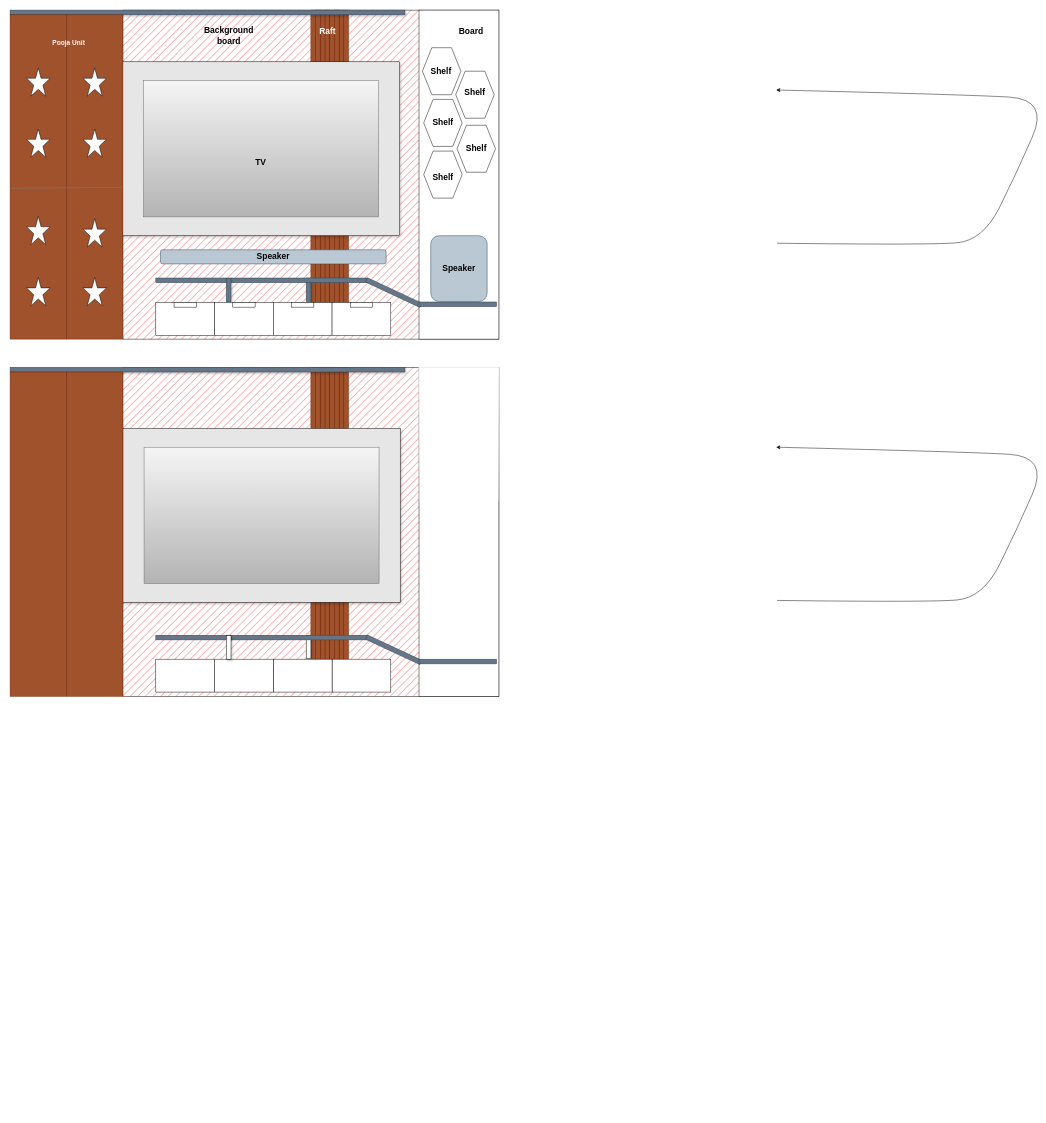
Earlier version of the draw.io diagram darwio tv unit.drawio (suresh-legato/Design). Source tidied: cells renumbered, new cells numbered last; positions are measured from the earlier drawing's top-left corner, leaving out a move shared by most shapes. Both pictures are drawn from the tidied source at 47%, with x=0, y=0 at pixel (10, 10).
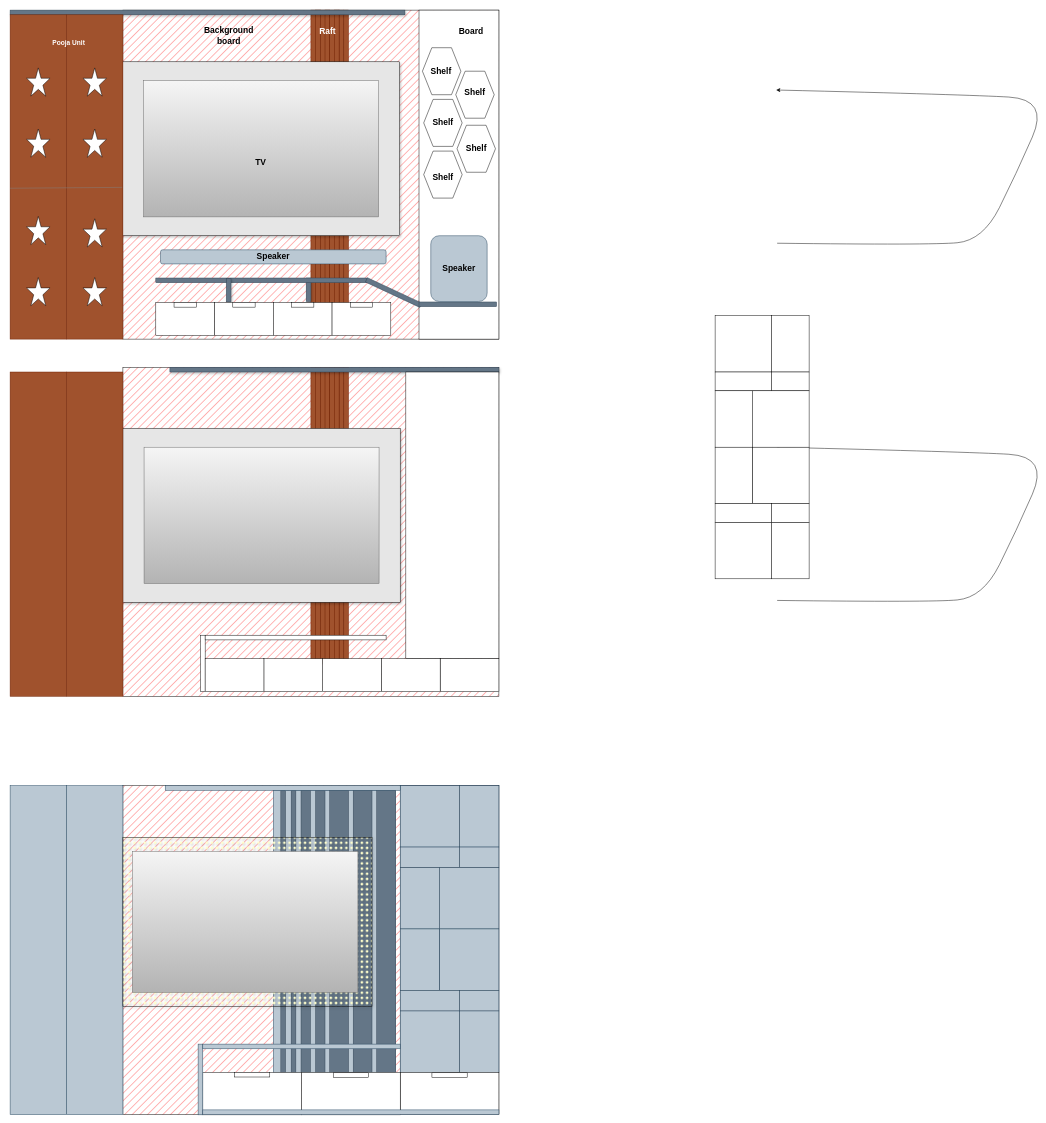
Above is the later version.

Diff of the diagram source:
```diff
@@
+    <mxCell id="92" style="rounded=0;whiteSpace=wrap;html=1;fillStyle=hatch;fillColor=#FF3333;" parent="1" vertex="1">
+      <mxGeometry x="240" y="1650" width="800" height="700" as="geometry" />
+    </mxCell>
+    <mxCell id="93" style="group;fillColor=#bac8d3;strokeColor=#23445d;" parent="1" vertex="1">
+      <mxGeometry x="560" y="1660" width="260" height="601" as="geometry" />
+    </mxCell>
+    <mxCell id="94" style="group;" parent="93" vertex="1">
+      <mxGeometry width="250" height="601" as="geometry" />
+    </mxCell>
+    <mxCell id="95" style="rounded=0;whiteSpace=wrap;html=1;fillColor=#647687;fontColor=#ffffff;strokeColor=#314354;" parent="94" vertex="1">
+      <mxGeometry x="16" y="1" width="10" height="600" as="geometry" />
+    </mxCell>
+    <mxCell id="96" style="rounded=0;whiteSpace=wrap;html=1;fillColor=#647687;strokeColor=#314354;fontColor=#ffffff;" parent="94" vertex="1">
+      <mxGeometry x="170" width="40" height="600" as="geometry" />
+    </mxCell>
+    <mxCell id="97" style="rounded=0;whiteSpace=wrap;html=1;fillColor=#647687;fontColor=#ffffff;strokeColor=#314354;" parent="94" vertex="1">
+      <mxGeometry x="90" y="1" width="20" height="600" as="geometry" />
+    </mxCell>
+    <mxCell id="98" style="rounded=0;whiteSpace=wrap;html=1;fillColor=#647687;fontColor=#ffffff;strokeColor=#314354;" parent="94" vertex="1">
+      <mxGeometry x="120" width="40" height="600" as="geometry" />
+    </mxCell>
+    <mxCell id="99" style="rounded=0;whiteSpace=wrap;html=1;fillColor=#647687;fontColor=#ffffff;strokeColor=#314354;" parent="94" vertex="1">
+      <mxGeometry x="38" y="1" width="10" height="600" as="geometry" />
+    </mxCell>
+    <mxCell id="100" style="rounded=0;whiteSpace=wrap;html=1;fillColor=#647687;fontColor=#ffffff;strokeColor=#314354;" parent="94" vertex="1">
+      <mxGeometry x="59" width="20" height="600" as="geometry" />
+    </mxCell>
+    <mxCell id="101" style="rounded=0;whiteSpace=wrap;html=1;fillColor=#647687;strokeColor=#314354;fontColor=#ffffff;" parent="93" vertex="1">
+      <mxGeometry x="220" width="40" height="600" as="geometry" />
+    </mxCell>
+    <mxCell id="31" style="rounded=0;whiteSpace=wrap;html=1;fillStyle=hatch;fillColor=#FF3333;" parent="1" vertex="1">
+      <mxGeometry x="240" y="760" width="800" height="700" as="geometry" />
+    </mxCell>
@@
-    <mxCell id="31" style="rounded=0;whiteSpace=wrap;html=1;fillStyle=hatch;fillColor=#FF3333;" parent="1" vertex="1">
-      <mxGeometry x="240" y="760" width="800" height="700" as="geometry" />
-    </mxCell>
@@
     <mxCell id="33" style="group;" parent="1" vertex="1">
-      <mxGeometry x="640" y="760" width="230" height="630" as="geometry" />
+      <mxGeometry x="640" y="760" width="580" height="1340" as="geometry" />
     </mxCell>
@@
     <mxCell id="43" style="rounded=0;whiteSpace=wrap;html=1;shadow=1;glass=0;strokeColor=#314354;fontFamily=Helvetica;fontSize=12;fontColor=#ffffff;fillColor=#647687;" parent="33" vertex="1">
-      <mxGeometry x="-640" width="840" height="10" as="geometry" />
+      <mxGeometry x="-300" width="700" height="10" as="geometry" />
     </mxCell>
-    <mxCell id="44" style="rounded=0;whiteSpace=wrap;html=1;shadow=1;glass=0;strokeColor=default;fontFamily=Helvetica;fontSize=12;fontColor=default;fillColor=default;" parent="33" vertex="1">
-      <mxGeometry x="-10" y="570" width="10" height="50" as="geometry" />
-    </mxCell>
-    <mxCell id="45" style="rounded=0;whiteSpace=wrap;html=1;glass=1;" parent="1" vertex="1">
-      <mxGeometry x="870" y="760" width="170" height="700" as="geometry" />
-    </mxCell>
-    <mxCell id="46" style="rounded=0;whiteSpace=wrap;html=1;fillColor=#647687;fontColor=#ffffff;strokeColor=#314354;" parent="1" vertex="1">
-      <mxGeometry x="310" y="1330" width="450" height="10" as="geometry" />
-    </mxCell>
-    <mxCell id="47" style="rounded=0;whiteSpace=wrap;html=1;rotation=25;fillColor=#647687;fontColor=#ffffff;strokeColor=#314354;" parent="1" vertex="1">
-      <mxGeometry x="752.1" y="1356" width="127.9" height="10" as="geometry" />
-    </mxCell>
-    <mxCell id="48" style="rounded=0;whiteSpace=wrap;html=1;fillColor=#647687;fontColor=#ffffff;strokeColor=#314354;" parent="1" vertex="1">
-      <mxGeometry x="870" y="1381" width="165" height="10" as="geometry" />
-    </mxCell>
+    <mxCell id="102" style="rounded=0;whiteSpace=wrap;html=1;" parent="33" vertex="1">
+      <mxGeometry x="202" y="10" width="198" height="610" as="geometry" />
+    </mxCell>
-    <mxCell id="49" style="group;" parent="1" vertex="1">
-      <mxGeometry x="310" y="1381" width="500" height="70" as="geometry" />
+    <mxCell id="49" style="group;" parent="33" vertex="1">
+      <mxGeometry x="-100" y="620" width="680" height="720" as="geometry" />
     </mxCell>
@@
-    <mxCell id="57" style="rounded=0;whiteSpace=wrap;html=1;shadow=1;glass=0;strokeColor=default;fontFamily=Helvetica;fontSize=12;fontColor=default;fillColor=default;" parent="1" vertex="1">
-      <mxGeometry x="460" y="1331" width="10" height="50" as="geometry" />
-    </mxCell>
@@
+    <mxCell id="103" style="rounded=0;whiteSpace=wrap;html=1;" parent="1" vertex="1">
+      <mxGeometry x="405" y="1330" width="10" height="120" as="geometry" />
+    </mxCell>
+    <mxCell id="104" style="rounded=0;whiteSpace=wrap;html=1;" parent="1" vertex="1">
+      <mxGeometry x="415" y="1330" width="385" height="10" as="geometry" />
+    </mxCell>
+    <mxCell id="105" style="rounded=0;whiteSpace=wrap;html=1;" parent="1" vertex="1">
+      <mxGeometry x="415" y="1380" width="125" height="70" as="geometry" />
+    </mxCell>
+    <mxCell id="106" style="group;" parent="1" vertex="1">
+      <mxGeometry x="1500" y="650" width="200" height="560" as="geometry" />
+    </mxCell>
+    <mxCell id="107" style="rounded=0;whiteSpace=wrap;html=1;" parent="106" vertex="1">
+      <mxGeometry width="120" height="120" as="geometry" />
+    </mxCell>
+    <mxCell id="108" style="rounded=0;whiteSpace=wrap;html=1;" parent="106" vertex="1">
+      <mxGeometry x="120" width="80" height="120" as="geometry" />
+    </mxCell>
+    <mxCell id="109" style="rounded=0;whiteSpace=wrap;html=1;" parent="106" vertex="1">
+      <mxGeometry y="120" width="120" height="40" as="geometry" />
+    </mxCell>
+    <mxCell id="110" style="rounded=0;whiteSpace=wrap;html=1;" parent="106" vertex="1">
+      <mxGeometry x="120" y="120" width="80" height="40" as="geometry" />
+    </mxCell>
+    <mxCell id="111" style="rounded=0;whiteSpace=wrap;html=1;" parent="106" vertex="1">
+      <mxGeometry x="80" y="160" width="120" height="120" as="geometry" />
+    </mxCell>
+    <mxCell id="112" style="rounded=0;whiteSpace=wrap;html=1;" parent="106" vertex="1">
+      <mxGeometry y="160" width="80" height="120" as="geometry" />
+    </mxCell>
+    <mxCell id="113" style="rounded=0;whiteSpace=wrap;html=1;" parent="106" vertex="1">
+      <mxGeometry y="280" width="80" height="120" as="geometry" />
+    </mxCell>
+    <mxCell id="114" style="rounded=0;whiteSpace=wrap;html=1;" parent="106" vertex="1">
+      <mxGeometry x="80" y="280" width="120" height="120" as="geometry" />
+    </mxCell>
+    <mxCell id="115" style="group;direction=west;rotation=-180;flipH=1;" parent="106" vertex="1">
+      <mxGeometry y="400" width="200" height="160" as="geometry" />
+    </mxCell>
+    <mxCell id="116" style="rounded=0;whiteSpace=wrap;html=1;rotation=-180;" parent="115" vertex="1">
+      <mxGeometry y="40" width="120" height="120" as="geometry" />
+    </mxCell>
+    <mxCell id="117" style="rounded=0;whiteSpace=wrap;html=1;rotation=-180;" parent="115" vertex="1">
+      <mxGeometry x="120" y="40" width="80" height="120" as="geometry" />
+    </mxCell>
+    <mxCell id="118" style="rounded=0;whiteSpace=wrap;html=1;rotation=-180;" parent="115" vertex="1">
+      <mxGeometry width="120" height="40" as="geometry" />
+    </mxCell>
+    <mxCell id="119" style="rounded=0;whiteSpace=wrap;html=1;rotation=-180;" parent="115" vertex="1">
+      <mxGeometry x="120" width="80" height="40" as="geometry" />
+    </mxCell>
+    <mxCell id="120" style="rounded=0;whiteSpace=wrap;html=1;fillColor=#bac8d3;strokeColor=#23445d;" parent="1" vertex="1">
+      <mxGeometry x="120" y="1650" width="120" height="700" as="geometry" />
+    </mxCell>
+    <mxCell id="121" style="rounded=0;whiteSpace=wrap;html=1;fillColor=#bac8d3;strokeColor=#23445d;" parent="1" vertex="1">
+      <mxGeometry y="1650" width="120" height="700" as="geometry" />
+    </mxCell>
+    <mxCell id="122" style="group;fillColor=#330000;strokeColor=#23445d;" parent="1" vertex="1">
+      <mxGeometry x="830" y="1650" width="210" height="610" as="geometry" />
+    </mxCell>
+    <mxCell id="123" style="rounded=0;whiteSpace=wrap;html=1;fillColor=#bac8d3;strokeColor=#23445d;" parent="122" vertex="1">
+      <mxGeometry width="126" height="130.7" as="geometry" />
+    </mxCell>
+    <mxCell id="124" style="rounded=0;whiteSpace=wrap;html=1;fillColor=#bac8d3;strokeColor=#23445d;" parent="122" vertex="1">
+      <mxGeometry x="126" width="84" height="130.7" as="geometry" />
+    </mxCell>
+    <mxCell id="125" style="rounded=0;whiteSpace=wrap;html=1;fillColor=#bac8d3;strokeColor=#23445d;" parent="122" vertex="1">
+      <mxGeometry y="130.7" width="126" height="43.6" as="geometry" />
+    </mxCell>
+    <mxCell id="126" style="rounded=0;whiteSpace=wrap;html=1;fillColor=#bac8d3;strokeColor=#23445d;" parent="122" vertex="1">
+      <mxGeometry x="126" y="130.7" width="84" height="43.6" as="geometry" />
+    </mxCell>
+    <mxCell id="127" style="rounded=0;whiteSpace=wrap;html=1;fillColor=#bac8d3;strokeColor=#23445d;" parent="122" vertex="1">
+      <mxGeometry x="84" y="174.3" width="126" height="130.7" as="geometry" />
+    </mxCell>
+    <mxCell id="128" style="rounded=0;whiteSpace=wrap;html=1;fillColor=#bac8d3;strokeColor=#23445d;" parent="122" vertex="1">
+      <mxGeometry y="174.3" width="84" height="130.7" as="geometry" />
+    </mxCell>
+    <mxCell id="129" style="rounded=0;whiteSpace=wrap;html=1;fillColor=#bac8d3;strokeColor=#23445d;" parent="122" vertex="1">
+      <mxGeometry y="305" width="84" height="130.7" as="geometry" />
+    </mxCell>
+    <mxCell id="130" style="rounded=0;whiteSpace=wrap;html=1;fillColor=#bac8d3;strokeColor=#23445d;" parent="122" vertex="1">
+      <mxGeometry x="84" y="305" width="126" height="130.7" as="geometry" />
+    </mxCell>
+    <mxCell id="131" style="group;direction=west;rotation=-180;flipH=1;" parent="122" vertex="1">
+      <mxGeometry y="435.7" width="210" height="174.3" as="geometry" />
+    </mxCell>
+    <mxCell id="132" style="rounded=0;whiteSpace=wrap;html=1;rotation=-180;fillColor=#bac8d3;strokeColor=#23445d;" parent="131" vertex="1">
+      <mxGeometry y="43.6" width="126" height="130.7" as="geometry" />
+    </mxCell>
+    <mxCell id="133" style="rounded=0;whiteSpace=wrap;html=1;rotation=-180;fillColor=#bac8d3;strokeColor=#23445d;" parent="131" vertex="1">
+      <mxGeometry x="126" y="43.6" width="84" height="130.7" as="geometry" />
+    </mxCell>
+    <mxCell id="134" style="rounded=0;whiteSpace=wrap;html=1;rotation=-180;fillColor=#bac8d3;strokeColor=#23445d;" parent="131" vertex="1">
+      <mxGeometry width="126" height="43.6" as="geometry" />
+    </mxCell>
+    <mxCell id="135" style="rounded=0;whiteSpace=wrap;html=1;rotation=-180;fillColor=#bac8d3;strokeColor=#23445d;" parent="131" vertex="1">
+      <mxGeometry x="126" width="84" height="43.6" as="geometry" />
+    </mxCell>
+    <mxCell id="136" style="rounded=0;whiteSpace=wrap;html=1;" parent="1" vertex="1">
+      <mxGeometry x="830" y="2260" width="210" height="90" as="geometry" />
+    </mxCell>
+    <mxCell id="137" style="rounded=0;whiteSpace=wrap;html=1;" parent="1" vertex="1">
+      <mxGeometry x="620" y="2260" width="210" height="90.5" as="geometry" />
+    </mxCell>
+    <mxCell id="138" style="rounded=0;whiteSpace=wrap;html=1;" parent="1" vertex="1">
+      <mxGeometry x="410" y="2260" width="210" height="90.5" as="geometry" />
+    </mxCell>
+    <mxCell id="139" style="rounded=0;whiteSpace=wrap;html=1;fillColor=#bac8d3;strokeColor=#23445d;" parent="1" vertex="1">
+      <mxGeometry x="400" y="2200" width="10" height="150.5" as="geometry" />
+    </mxCell>
+    <mxCell id="140" style="rounded=0;whiteSpace=wrap;html=1;fillColor=#bac8d3;strokeColor=#23445d;" parent="1" vertex="1">
+      <mxGeometry x="410" y="2200" width="420" height="10" as="geometry" />
+    </mxCell>
+    <mxCell id="141" style="rounded=0;whiteSpace=wrap;html=1;shadow=1;gradientColor=none;fillStyle=dots;fillColor=#FFFFCC;" parent="1" vertex="1">
+      <mxGeometry x="240" y="1760" width="530" height="360" as="geometry" />
+    </mxCell>
+    <mxCell id="142" style="rounded=0;whiteSpace=wrap;html=1;fillColor=#bac8d3;strokeColor=#23445d;" parent="1" vertex="1">
+      <mxGeometry x="330" y="1650" width="500" height="10" as="geometry" />
+    </mxCell>
+    <mxCell id="143" style="rounded=0;whiteSpace=wrap;html=1;fillColor=#f5f5f5;gradientColor=#b3b3b3;strokeColor=#666666;" parent="1" vertex="1">
+      <mxGeometry x="260" y="1790" width="480" height="300" as="geometry" />
+    </mxCell>
+    <mxCell id="144" style="rounded=0;whiteSpace=wrap;html=1;fillColor=#bac8d3;strokeColor=#23445d;" parent="1" vertex="1">
+      <mxGeometry x="410" y="2340" width="630" height="10" as="geometry" />
+    </mxCell>
+    <mxCell id="145" style="rounded=0;whiteSpace=wrap;html=1;" parent="1" vertex="1">
+      <mxGeometry x="477.5" y="2260" width="75" height="10" as="geometry" />
+    </mxCell>
+    <mxCell id="146" style="rounded=0;whiteSpace=wrap;html=1;" parent="1" vertex="1">
+      <mxGeometry x="687.5" y="2261" width="75" height="10" as="geometry" />
+    </mxCell>
+    <mxCell id="147" style="rounded=0;whiteSpace=wrap;html=1;" parent="1" vertex="1">
+      <mxGeometry x="897.5" y="2261" width="75" height="10" as="geometry" />
+    </mxCell>
```
